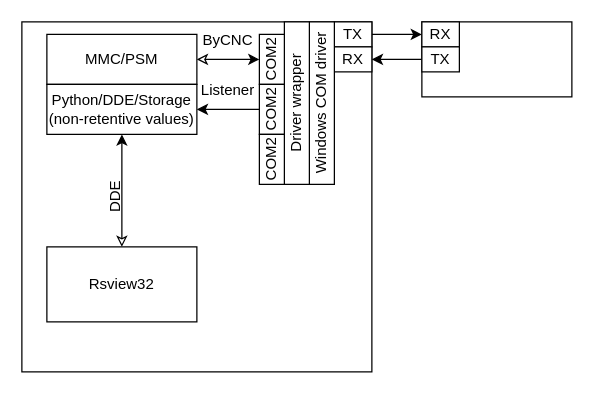
Before: page "Common" (1 of 2) of BystronicCNCtoHMI.drawio in megavad/Diagrams, a draw.io diagram. Source tidied: cells renumbered, new cells numbered last; positions are measured from the earlier drawing's top-left corner, leaving out a move shared by most shapes. Both pictures are drawn from the tidied source at 125%, with x=0, y=0 at pixel (21, 21).
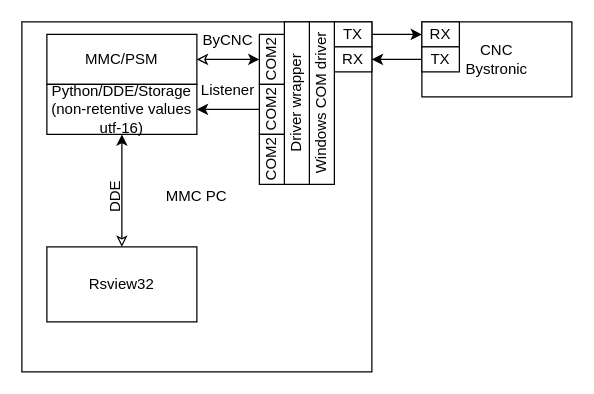
The same diagram, later.

The edit, as a diff of the source:
```diff
@@
-    <mxCell id="2" style="rounded=0;whiteSpace=wrap;html=1;" parent="1" vertex="1">
+    <mxCell id="2" value="MMC PC" style="rounded=0;whiteSpace=wrap;html=1;" parent="1" vertex="1">
       <mxGeometry width="280" height="280" as="geometry" />
     </mxCell>
-    <mxCell id="3" style="rounded=0;whiteSpace=wrap;html=1;" parent="1" vertex="1">
+    <mxCell id="3" value="CNC&lt;div&gt;Bystronic&lt;/div&gt;" style="rounded=0;whiteSpace=wrap;html=1;" parent="1" vertex="1">
       <mxGeometry x="320" width="120" height="60" as="geometry" />
     </mxCell>
@@
-    <mxCell id="19" value="Python/DDE/Storage&lt;div&gt;(non-retentive values)&lt;/div&gt;" style="rounded=0;whiteSpace=wrap;html=1;" parent="1" vertex="1">
+    <mxCell id="19" value="Python/DDE/Storage&lt;div&gt;(non-retentive values utf-16)&lt;/div&gt;" style="rounded=0;whiteSpace=wrap;html=1;" parent="1" vertex="1">
       <mxGeometry x="20" y="50" width="120" height="40" as="geometry" />
     </mxCell>
```
